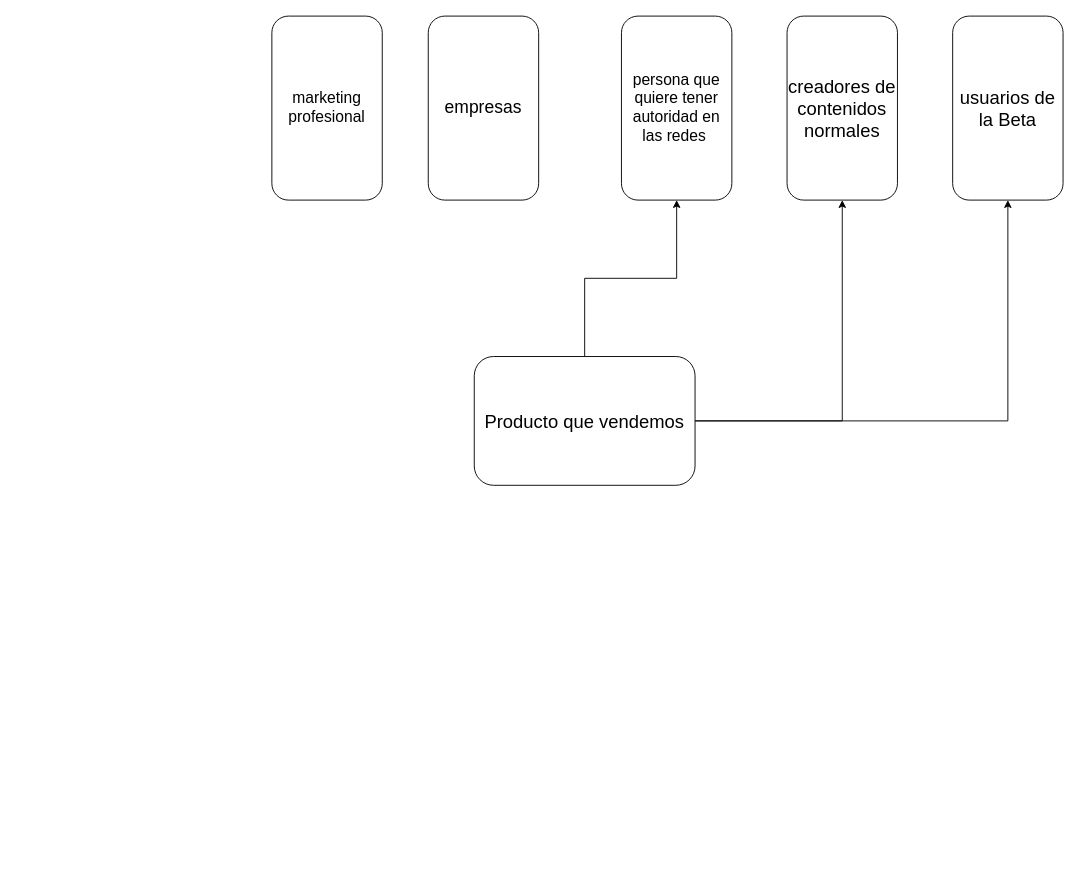
This is Marketing.drawio from joelsct98/MisDiagramas, a draw.io file, before an edit. Source tidied: cells renumbered, new cells numbered last; positions are measured from the earlier drawing's top-left corner, leaving out a move shared by most shapes. Both pictures are drawn from the tidied source at 92%, with x=0, y=0 at pixel (271, 16).
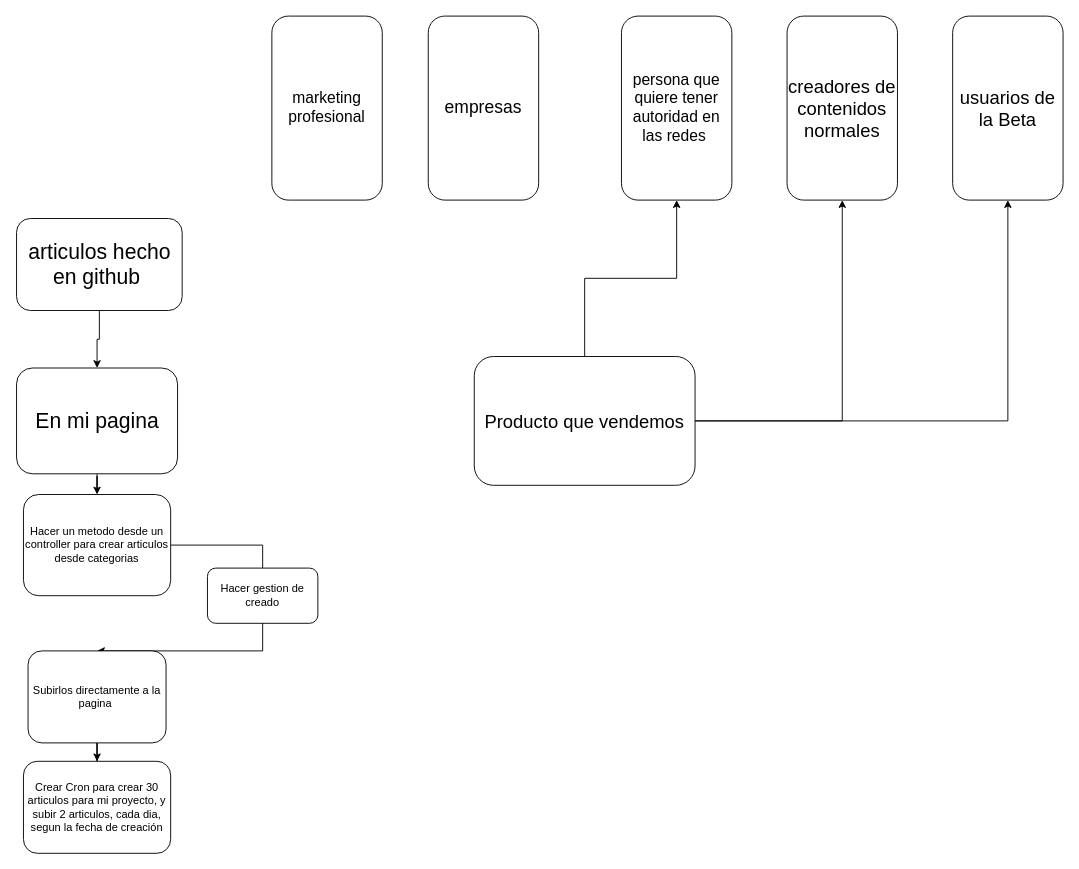
The same page after the edit.

What changed in the source:
```diff
@@
+    <mxCell id="11" style="edgeStyle=orthogonalEdgeStyle;rounded=0;jettySize=auto;html=1;" parent="1" edge="1" source="12" target="14">
+      <mxGeometry relative="1" as="geometry" />
+    </mxCell>
+    <mxCell id="12" value="En mi pagina" style="rounded=1;whiteSpace=wrap;html=1;fontSize=23;" parent="1" vertex="1">
+      <mxGeometry x="-277.5" y="382.5" width="175" height="115" as="geometry" />
+    </mxCell>
+    <mxCell id="13" style="edgeStyle=orthogonalEdgeStyle;rounded=0;jettySize=auto;html=1;entryX=0.5;entryY=0;entryDx=0;entryDy=0;" parent="1" edge="1" source="14" target="18">
+      <mxGeometry relative="1" as="geometry">
+        <Array as="points">
+          <mxPoint x="-10" y="575" />
+          <mxPoint x="-10" y="690" />
+        </Array>
+      </mxGeometry>
+    </mxCell>
+    <mxCell id="14" value="Hacer un metodo desde un controller para crear articulos desde categorias" style="rounded=1;whiteSpace=wrap;html=1;" parent="1" vertex="1">
+      <mxGeometry x="-270" y="520" width="160" height="110" as="geometry" />
+    </mxCell>
+    <mxCell id="15" style="edgeStyle=orthogonalEdgeStyle;rounded=0;jettySize=auto;html=1;entryX=0.5;entryY=0;entryDx=0;entryDy=0;" parent="1" edge="1" source="16" target="12">
+      <mxGeometry relative="1" as="geometry" />
+    </mxCell>
+    <mxCell id="16" value="articulos hecho en github&amp;nbsp;" style="rounded=1;whiteSpace=wrap;html=1;fontSize=23;" parent="1" vertex="1">
+      <mxGeometry x="-277.5" y="220" width="180" height="100" as="geometry" />
+    </mxCell>
+    <mxCell id="17" style="edgeStyle=orthogonalEdgeStyle;rounded=0;jettySize=auto;html=1;entryX=0.5;entryY=0;entryDx=0;entryDy=0;" parent="1" edge="1" source="18" target="19">
+      <mxGeometry relative="1" as="geometry" />
+    </mxCell>
+    <mxCell id="18" value="Subirlos directamente a la pagina&amp;nbsp;" style="rounded=1;whiteSpace=wrap;html=1;" parent="1" vertex="1">
+      <mxGeometry x="-265" y="690" width="150" height="100" as="geometry" />
+    </mxCell>
+    <mxCell id="19" value="Crear Cron para crear 30 articulos para mi proyecto, y subir 2 articulos, cada dia, segun la fecha de creación" style="rounded=1;whiteSpace=wrap;html=1;" parent="1" vertex="1">
+      <mxGeometry x="-270" y="810" width="160" height="100" as="geometry" />
+    </mxCell>
+    <mxCell id="20" value="Hacer gestion de creado" style="rounded=1;whiteSpace=wrap;html=1;" parent="1" vertex="1">
+      <mxGeometry x="-70" y="600" width="120" height="60" as="geometry" />
+    </mxCell>
```
